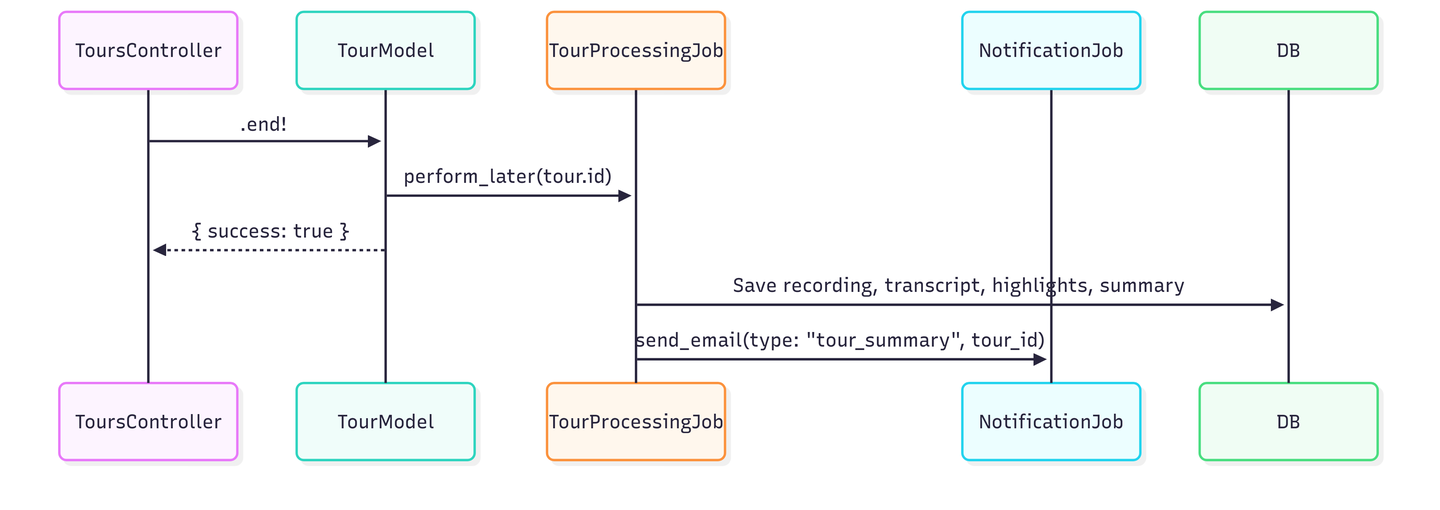
Earlier version of the Mermaid export diagrams/buyers/post-tour.png (Video-API-architecture/architecture-proposal). Its source is kept beside it as diagrams/buyers/post-tour.mermaid. Source of this version:
```mermaid
sequenceDiagram
    participant ToursController
    participant TourModel
    participant TourProcessingJob
    participant NotificationJob
    participant DB

    ToursController->>TourModel: .end!
    TourModel->>TourProcessingJob: perform_later(tour.id)

    TourProcessingJob->>DB: Save recording, transcript, highlights, summary
    TourProcessingJob->>NotificationJob: send_email(type: "tour_summary", tour_id)
```
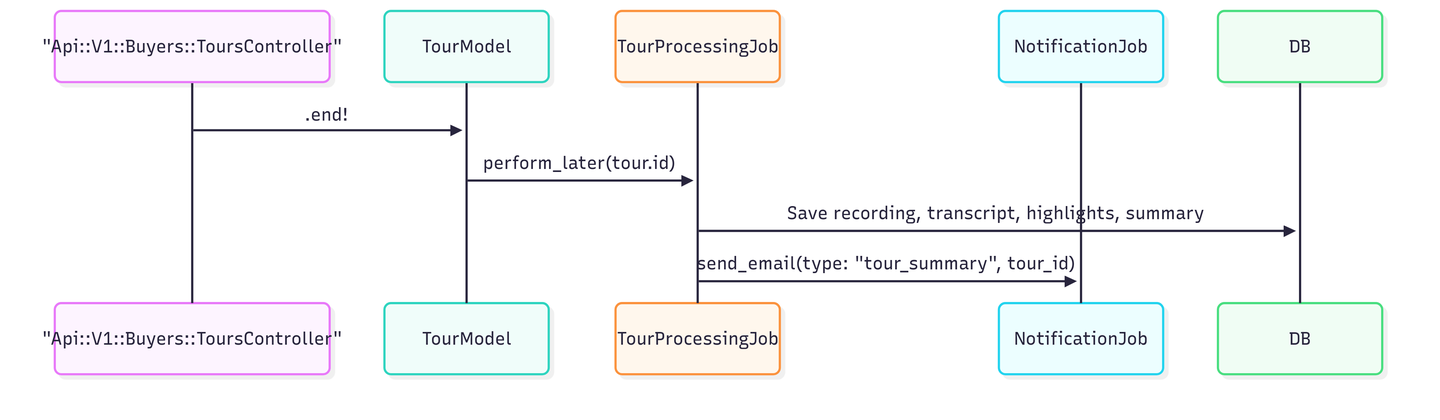
After the change.

What changed in the source:
```diff
@@ -1,5 +1,5 @@
 sequenceDiagram
-    participant ToursController
+    participant ToursController as "Api::V1::Buyers::ToursController"
     participant TourModel
     participant TourProcessingJob
     participant NotificationJob
```
